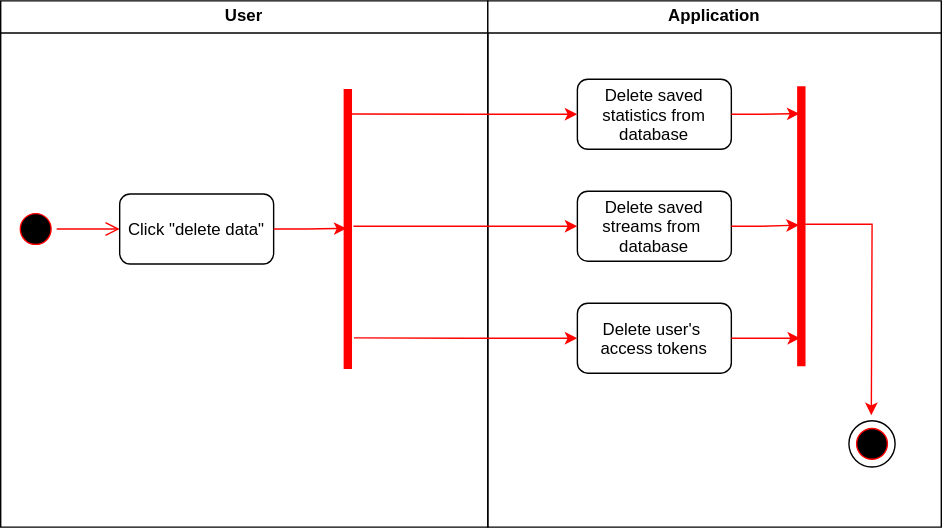
Earlier version of the draw.io export Documentation/diagrams/Delete_Data_Activity_Diagram.svg (SE-TINF22B6/Statify). Source tidied: cells renumbered, new cells last; positions are measured from the earlier drawing's top-left corner, leaving out a move shared by most shapes. Its diagram source:
```xml
<mxGraphModel background="#ffffff">
  <root>
    <mxCell id="0" />
    <mxCell id="1" parent="0" />
    <mxCell id="2" value="User" style="swimlane;whiteSpace=wrap;" parent="1" vertex="1">
      <mxGeometry width="348" height="376" as="geometry" />
    </mxCell>
    <mxCell id="3" style="ellipse;shape=startState;fillColor=#000000;strokeColor=#ff0000;" parent="2" vertex="1">
      <mxGeometry x="10" y="148" width="30" height="30" as="geometry" />
    </mxCell>
    <mxCell id="4" style="edgeStyle=elbowEdgeStyle;elbow=horizontal;verticalAlign=bottom;endArrow=open;endSize=8;strokeColor=#FF0000;endFill=1;rounded=0;" parent="2" edge="1" target="5">
      <mxGeometry x="100" y="40" as="geometry">
        <mxPoint x="40" y="163" as="sourcePoint" />
      </mxGeometry>
    </mxCell>
    <mxCell id="5" value="Click &quot;delete data&quot;" style="rounded=1;" parent="2" vertex="1">
      <mxGeometry x="85" y="138" width="110" height="50" as="geometry" />
    </mxCell>
    <mxCell id="6" style="shape=line;html=1;strokeWidth=6;strokeColor=#ff0000;rotation=-90;" parent="2" vertex="1">
      <mxGeometry x="148" y="156" width="200" height="14" as="geometry" />
    </mxCell>
    <mxCell id="7" style="edgeStyle=orthogonalEdgeStyle;rounded=0;jettySize=auto;html=1;exitX=1;exitY=0.5;exitDx=0;exitDy=0;entryX=0.502;entryY=0.433;entryDx=0;entryDy=0;entryPerimeter=0;strokeColor=#FF0000;" parent="2" edge="1" source="5" target="6">
      <mxGeometry relative="1" as="geometry" />
    </mxCell>
    <mxCell id="8" value="Application" style="swimlane;whiteSpace=wrap;" parent="1" vertex="1">
      <mxGeometry x="348" width="324" height="376" as="geometry" />
    </mxCell>
    <mxCell id="9" value="Delete saved&#10;statistics from&#10;database" style="rounded=1;" parent="8" vertex="1">
      <mxGeometry x="64" y="56" width="110" height="50" as="geometry" />
    </mxCell>
    <mxCell id="10" value="Delete saved&#10;streams from &#10;database" style="rounded=1;" parent="8" vertex="1">
      <mxGeometry x="64" y="136" width="110" height="50" as="geometry" />
    </mxCell>
    <mxCell id="11" value="Delete user's &#10;access tokens" style="rounded=1;" parent="8" vertex="1">
      <mxGeometry x="64" y="216" width="110" height="50" as="geometry" />
    </mxCell>
    <mxCell id="12" style="edgeStyle=orthogonalEdgeStyle;rounded=0;jettySize=auto;html=1;exitX=0.507;exitY=0.7;exitDx=0;exitDy=0;exitPerimeter=0;strokeColor=#FF0000;" parent="8" edge="1" source="13">
      <mxGeometry relative="1" as="geometry">
        <mxPoint x="274" y="296" as="targetPoint" />
      </mxGeometry>
    </mxCell>
    <mxCell id="13" style="shape=line;html=1;strokeWidth=6;strokeColor=#ff0000;rotation=-90;" parent="8" vertex="1">
      <mxGeometry x="124" y="154" width="200" height="14" as="geometry" />
    </mxCell>
    <mxCell id="14" style="edgeStyle=orthogonalEdgeStyle;rounded=0;jettySize=auto;html=1;exitX=1;exitY=0.5;exitDx=0;exitDy=0;entryX=0.902;entryY=0.407;entryDx=0;entryDy=0;entryPerimeter=0;strokeColor=#FF0000;" parent="8" edge="1" source="9" target="13">
      <mxGeometry relative="1" as="geometry" />
    </mxCell>
    <mxCell id="15" style="edgeStyle=orthogonalEdgeStyle;rounded=0;jettySize=auto;html=1;entryX=0.504;entryY=0.376;entryDx=0;entryDy=0;entryPerimeter=0;strokeColor=#FF0000;" parent="8" edge="1" source="10" target="13">
      <mxGeometry relative="1" as="geometry" />
    </mxCell>
    <mxCell id="16" style="edgeStyle=orthogonalEdgeStyle;rounded=0;jettySize=auto;html=1;entryX=0.1;entryY=0.438;entryDx=0;entryDy=0;entryPerimeter=0;strokeColor=#FF0000;" parent="8" edge="1" source="11" target="13">
      <mxGeometry relative="1" as="geometry" />
    </mxCell>
    <mxCell id="17" style="group;" parent="8" vertex="1">
      <mxGeometry x="254" y="296" width="41" height="41" as="geometry" />
    </mxCell>
    <mxCell id="18" style="ellipse;shape=startState;fillColor=none;strokeColor=#000000;" parent="17" vertex="1">
      <mxGeometry width="41" height="41" as="geometry" />
    </mxCell>
    <mxCell id="19" style="ellipse;shape=startState;fillColor=#000000;strokeColor=#ff0000;" parent="17" vertex="1">
      <mxGeometry x="5.5" y="5.5" width="30" height="30" as="geometry" />
    </mxCell>
    <mxCell id="20" style="edgeStyle=orthogonalEdgeStyle;rounded=0;jettySize=auto;html=1;exitX=0;exitY=0.5;exitDx=0;exitDy=0;entryX=0.911;entryY=0.7;entryDx=0;entryDy=0;entryPerimeter=0;endArrow=none;endFill=0;startArrow=classic;startFill=1;strokeColor=#FF0000;" parent="1" edge="1" source="9" target="6">
      <mxGeometry relative="1" as="geometry" />
    </mxCell>
    <mxCell id="21" style="edgeStyle=orthogonalEdgeStyle;rounded=0;jettySize=auto;html=1;startArrow=classic;startFill=1;endArrow=none;endFill=0;strokeColor=#FF0000;" parent="1" edge="1" source="10">
      <mxGeometry relative="1" as="geometry">
        <mxPoint x="252" y="161" as="targetPoint" />
      </mxGeometry>
    </mxCell>
    <mxCell id="22" style="edgeStyle=orthogonalEdgeStyle;rounded=0;jettySize=auto;html=1;entryX=0.111;entryY=0.814;entryDx=0;entryDy=0;entryPerimeter=0;endArrow=none;endFill=0;startArrow=classic;startFill=1;strokeColor=#FF0000;" parent="1" edge="1" source="11" target="6">
      <mxGeometry relative="1" as="geometry" />
    </mxCell>
  </root>
</mxGraphModel>
```
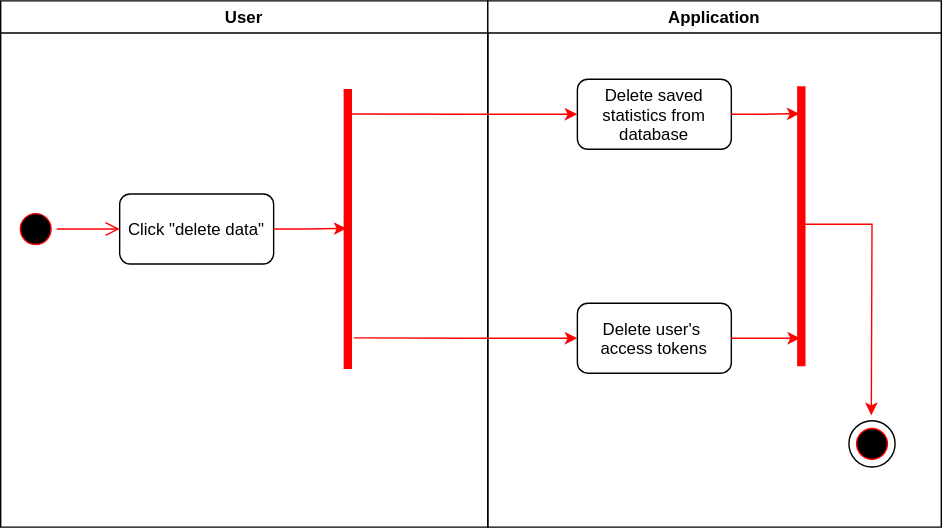
After the change.

What changed in the source:
```diff
@@ -28,9 +28,6 @@
     <mxCell id="9" value="Delete saved&#10;statistics from&#10;database" style="rounded=1;" parent="8" vertex="1">
       <mxGeometry x="64" y="56" width="110" height="50" as="geometry" />
     </mxCell>
-    <mxCell id="10" value="Delete saved&#10;streams from &#10;database" style="rounded=1;" parent="8" vertex="1">
-      <mxGeometry x="64" y="136" width="110" height="50" as="geometry" />
-    </mxCell>
     <mxCell id="11" value="Delete user's &#10;access tokens" style="rounded=1;" parent="8" vertex="1">
       <mxGeometry x="64" y="216" width="110" height="50" as="geometry" />
     </mxCell>
@@ -45,9 +42,6 @@
     <mxCell id="14" style="edgeStyle=orthogonalEdgeStyle;rounded=0;jettySize=auto;html=1;exitX=1;exitY=0.5;exitDx=0;exitDy=0;entryX=0.902;entryY=0.407;entryDx=0;entryDy=0;entryPerimeter=0;strokeColor=#FF0000;" parent="8" edge="1" source="9" target="13">
       <mxGeometry relative="1" as="geometry" />
     </mxCell>
-    <mxCell id="15" style="edgeStyle=orthogonalEdgeStyle;rounded=0;jettySize=auto;html=1;entryX=0.504;entryY=0.376;entryDx=0;entryDy=0;entryPerimeter=0;strokeColor=#FF0000;" parent="8" edge="1" source="10" target="13">
-      <mxGeometry relative="1" as="geometry" />
-    </mxCell>
     <mxCell id="16" style="edgeStyle=orthogonalEdgeStyle;rounded=0;jettySize=auto;html=1;entryX=0.1;entryY=0.438;entryDx=0;entryDy=0;entryPerimeter=0;strokeColor=#FF0000;" parent="8" edge="1" source="11" target="13">
       <mxGeometry relative="1" as="geometry" />
     </mxCell>
@@ -63,11 +57,6 @@
     <mxCell id="20" style="edgeStyle=orthogonalEdgeStyle;rounded=0;jettySize=auto;html=1;exitX=0;exitY=0.5;exitDx=0;exitDy=0;entryX=0.911;entryY=0.7;entryDx=0;entryDy=0;entryPerimeter=0;endArrow=none;endFill=0;startArrow=classic;startFill=1;strokeColor=#FF0000;" parent="1" edge="1" source="9" target="6">
       <mxGeometry relative="1" as="geometry" />
     </mxCell>
-    <mxCell id="21" style="edgeStyle=orthogonalEdgeStyle;rounded=0;jettySize=auto;html=1;startArrow=classic;startFill=1;endArrow=none;endFill=0;strokeColor=#FF0000;" parent="1" edge="1" source="10">
-      <mxGeometry relative="1" as="geometry">
-        <mxPoint x="252" y="161" as="targetPoint" />
-      </mxGeometry>
-    </mxCell>
     <mxCell id="22" style="edgeStyle=orthogonalEdgeStyle;rounded=0;jettySize=auto;html=1;entryX=0.111;entryY=0.814;entryDx=0;entryDy=0;entryPerimeter=0;endArrow=none;endFill=0;startArrow=classic;startFill=1;strokeColor=#FF0000;" parent="1" edge="1" source="11" target="6">
       <mxGeometry relative="1" as="geometry" />
     </mxCell>
```
